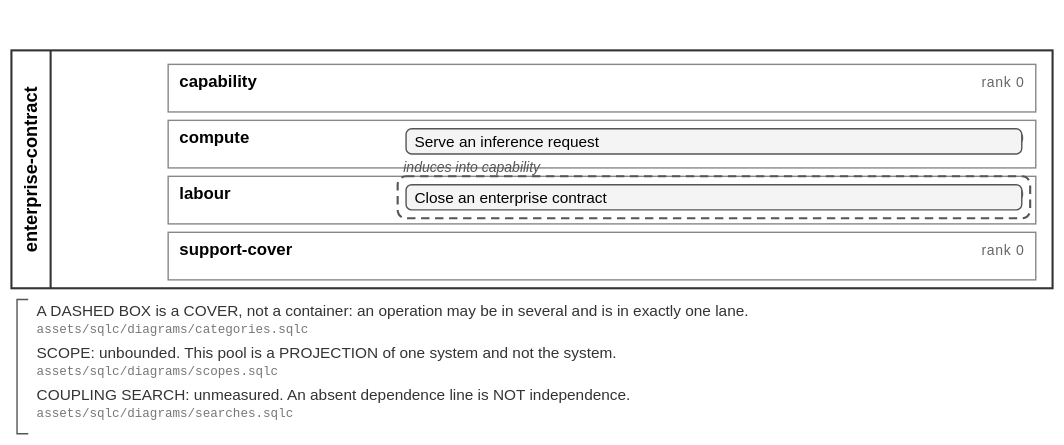
Earlier version of the BPMN export assets/svg/filings/enterprise-contract.svg (soulstompp/process-modulus). Its source is kept beside it as assets/bpmn/filings/enterprise-contract.bpmn. Ids are renumbered.
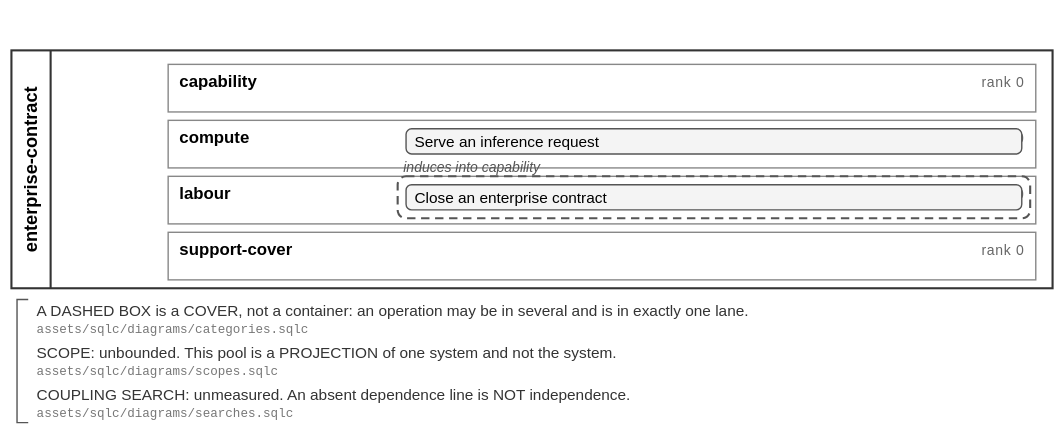
The same diagram one commit later.

Change to the diagram source:
```diff
@@ -5,6 +5,7 @@
              xmlns:tns="urn:example:filing:acme-platform:2026-08-30"
              xmlns:bpmndi="http://www.omg.org/spec/BPMN/20100524/DI"
              xmlns:dc="http://www.omg.org/spec/DD/20100524/DC"
+             xmlns:di="http://www.omg.org/spec/DD/20100524/DI"
              targetNamespace="urn:example:filing:acme-platform:2026-08-30"
              id="defs_enterprise-contract">
   <category id="cat_enterprise-contract" name="induction">
@@ -75,6 +76,18 @@
       <bpmndi:BPMNShape id="shape_enterprise-contract_lane_enterprise-contract_support-cover" bpmnElement="tns:lane_enterprise-contract_support-cover">
         <dc:Bounds x="120" y="166" width="620" height="34"/>
       </bpmndi:BPMNShape>
+      <bpmndi:BPMNShape id="shape_enterprise-contract_grp_enterprise-contract_capability" bpmnElement="tns:grp_enterprise-contract_capability">
+        <dc:Bounds x="284" y="126" width="452" height="30"/>
+      </bpmndi:BPMNShape>
+      <bpmndi:BPMNShape id="shape_enterprise-contract_note_enterprise-contract_cover" bpmnElement="tns:note_enterprise-contract_cover">
+        <dc:Bounds x="20" y="214" width="720" height="28"/>
+      </bpmndi:BPMNShape>
+      <bpmndi:BPMNShape id="shape_enterprise-contract_note_enterprise-contract_scope" bpmnElement="tns:note_enterprise-contract_scope">
+        <dc:Bounds x="20" y="244" width="720" height="28"/>
+      </bpmndi:BPMNShape>
+      <bpmndi:BPMNShape id="shape_enterprise-contract_note_enterprise-contract_search" bpmnElement="tns:note_enterprise-contract_search">
+        <dc:Bounds x="20" y="274" width="720" height="28"/>
+      </bpmndi:BPMNShape>
     </bpmndi:BPMNPlane>
   </bpmndi:BPMNDiagram>
 </definitions>
```
